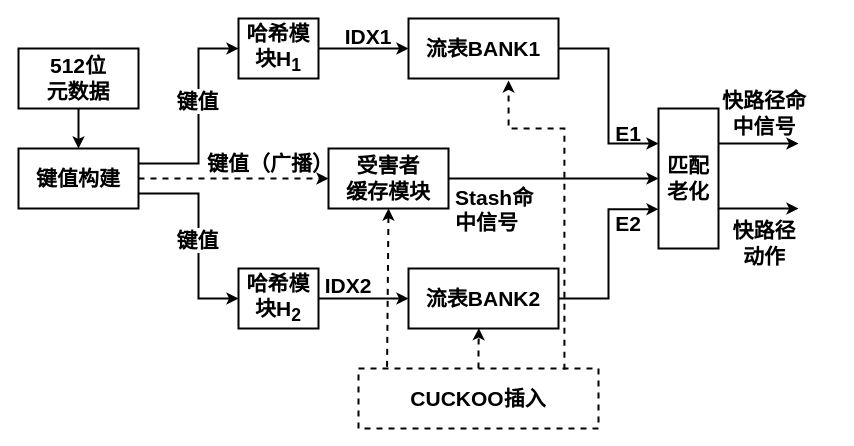
Before: page "快路径" (2 of 4) of 未命名绘图.drawio in Toylog123/Draw.io, a draw.io diagram. Source tidied: cells renumbered, new cells numbered last; positions are measured from the earlier drawing's top-left corner, leaving out a move shared by most shapes. Both pictures are drawn from the tidied source at 100%, with x=0, y=0 at pixel (18, 18).
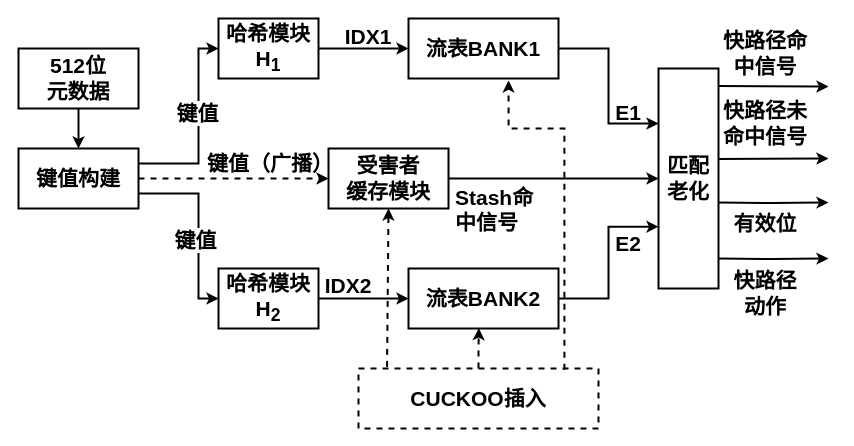
After the change.

Commit message:
更新未命名绘图.drawio

The edit, as a diff of the source:
```diff
@@
     <mxCell id="12" value="哈希模块H&lt;sub&gt;1&lt;/sub&gt;" style="rounded=0;whiteSpace=wrap;html=1;fontStyle=1;arcSize=12;fontFamily=Helvetica;strokeWidth=2;fontSize=21;" parent="1" vertex="1">
-      <mxGeometry x="220" width="80" height="60" as="geometry" />
+      <mxGeometry x="200" width="100" height="60" as="geometry" />
     </mxCell>
@@
     <mxCell id="14" value="哈希模块H&lt;sub&gt;2&lt;/sub&gt;" style="rounded=0;whiteSpace=wrap;html=1;fontStyle=1;arcSize=12;fontFamily=Helvetica;strokeWidth=2;fontSize=21;" parent="1" vertex="1">
-      <mxGeometry x="220" y="250" width="80" height="60" as="geometry" />
+      <mxGeometry x="200" y="250" width="100" height="60" as="geometry" />
     </mxCell>
@@
     <mxCell id="19" value="匹配老化" style="rounded=0;whiteSpace=wrap;html=1;fontStyle=1;arcSize=12;fontFamily=Helvetica;strokeWidth=2;fontSize=21;" parent="1" vertex="1">
-      <mxGeometry x="640" y="90" width="60" height="140" as="geometry" />
+      <mxGeometry x="640" y="50" width="60" height="220" as="geometry" />
     </mxCell>
@@
     <mxCell id="23" value="E1" style="text;html=1;whiteSpace=wrap;strokeColor=none;fillColor=none;align=center;verticalAlign=middle;rounded=0;fontStyle=1;arcSize=12;fontFamily=Helvetica;fontSize=21;" parent="1" vertex="1">
-      <mxGeometry x="580" y="100" width="60" height="30" as="geometry" />
+      <mxGeometry x="580" y="79" width="60" height="30" as="geometry" />
     </mxCell>
     <mxCell id="24" value="E2" style="text;html=1;whiteSpace=wrap;strokeColor=none;fillColor=none;align=center;verticalAlign=middle;rounded=0;fontStyle=1;arcSize=12;fontFamily=Helvetica;fontSize=21;" parent="1" vertex="1">
-      <mxGeometry x="580" y="190" width="60" height="30" as="geometry" />
+      <mxGeometry x="580" y="210" width="60" height="30" as="geometry" />
     </mxCell>
     <mxCell id="25" value="快路径命中信号" style="text;html=1;whiteSpace=wrap;strokeColor=none;fillColor=none;align=center;verticalAlign=middle;rounded=0;fontStyle=1;arcSize=12;fontFamily=Helvetica;fontSize=21;" parent="1" vertex="1">
-      <mxGeometry x="701" y="80" width="90" height="30" as="geometry" />
+      <mxGeometry x="702" y="20" width="90" height="30" as="geometry" />
     </mxCell>
     <mxCell id="26" value="快路径动作" style="text;html=1;whiteSpace=wrap;strokeColor=none;fillColor=none;align=center;verticalAlign=middle;rounded=0;fontStyle=1;arcSize=12;fontFamily=Helvetica;fontSize=21;" parent="1" vertex="1">
-      <mxGeometry x="710" y="210" width="72" height="30" as="geometry" />
+      <mxGeometry x="711" y="260" width="72" height="30" as="geometry" />
     </mxCell>
@@
-    <mxCell id="34" style="group;" parent="1" vertex="1">
-      <mxGeometry x="700" y="125" width="80" height="65" as="geometry" />
-    </mxCell>
+    <mxCell id="37" value="快路径未命中信号" style="text;html=1;whiteSpace=wrap;strokeColor=none;fillColor=none;align=center;verticalAlign=middle;rounded=0;fontStyle=1;arcSize=12;fontFamily=Helvetica;fontSize=21;" parent="1" vertex="1">
+      <mxGeometry x="702" y="90" width="90" height="30" as="geometry" />
+    </mxCell>
-    <mxCell id="35" style="edgeStyle=orthogonalEdgeStyle;rounded=0;jettySize=auto;html=1;exitX=1;exitY=0.25;exitDx=0;exitDy=0;fontStyle=1;arcSize=12;strokeColor=default;strokeWidth=2;align=center;verticalAlign=middle;fontFamily=Helvetica;fontSize=21;fontColor=default;labelBackgroundColor=default;endArrow=classic;" parent="34" edge="1" source="19">
+    <mxCell id="35" style="edgeStyle=orthogonalEdgeStyle;rounded=0;orthogonalLoop=1;jettySize=auto;html=1;exitX=1;exitY=0.25;exitDx=0;exitDy=0;fontStyle=1;arcSize=12;strokeColor=default;strokeWidth=2;align=center;verticalAlign=middle;fontFamily=Helvetica;fontSize=21;fontColor=default;labelBackgroundColor=default;endArrow=classic;" parent="1" edge="1">
       <mxGeometry relative="1" as="geometry">
-        <mxPoint x="80" as="targetPoint" />
+        <mxPoint x="700" y="67.5" as="sourcePoint" />
+        <mxPoint x="810" y="68" as="targetPoint" />
         <Array as="points">
-          <mxPoint />
-          <mxPoint />
+          <mxPoint x="700" y="67.5" />
+          <mxPoint x="700" y="67.5" />
         </Array>
       </mxGeometry>
     </mxCell>
+    <mxCell id="38" style="edgeStyle=orthogonalEdgeStyle;rounded=0;orthogonalLoop=1;jettySize=auto;html=1;exitX=1;exitY=0.25;exitDx=0;exitDy=0;fontStyle=1;arcSize=12;strokeColor=default;strokeWidth=2;align=center;verticalAlign=middle;fontFamily=Helvetica;fontSize=21;fontColor=default;labelBackgroundColor=default;endArrow=classic;" parent="1" edge="1">
+      <mxGeometry relative="1" as="geometry">
+        <mxPoint x="700" y="140.6" as="sourcePoint" />
+        <mxPoint x="810" y="140" as="targetPoint" />
+        <Array as="points">
+          <mxPoint x="700" y="140.6" />
+          <mxPoint x="700" y="140.6" />
+        </Array>
+      </mxGeometry>
+    </mxCell>
-    <mxCell id="36" style="edgeStyle=orthogonalEdgeStyle;rounded=0;jettySize=auto;html=1;exitX=0.989;exitY=0.715;exitDx=0;exitDy=0;exitPerimeter=0;fontStyle=1;arcSize=12;strokeColor=default;strokeWidth=2;align=center;verticalAlign=middle;fontFamily=Helvetica;fontSize=21;fontColor=default;labelBackgroundColor=default;endArrow=classic;" parent="34" edge="1" source="19">
+    <mxCell id="36" style="edgeStyle=orthogonalEdgeStyle;rounded=0;orthogonalLoop=1;jettySize=auto;html=1;exitX=0.989;exitY=0.715;exitDx=0;exitDy=0;exitPerimeter=0;fontStyle=1;arcSize=12;strokeColor=default;strokeWidth=2;align=center;verticalAlign=middle;fontFamily=Helvetica;fontSize=21;fontColor=default;labelBackgroundColor=default;endArrow=classic;" parent="1" edge="1">
       <mxGeometry relative="1" as="geometry">
-        <mxPoint x="80" y="65" as="targetPoint" />
+        <mxPoint x="700" y="240.1" as="sourcePoint" />
+        <mxPoint x="810" y="240" as="targetPoint" />
       </mxGeometry>
     </mxCell>
+    <mxCell id="39" style="edgeStyle=orthogonalEdgeStyle;rounded=0;orthogonalLoop=1;jettySize=auto;html=1;exitX=0.989;exitY=0.715;exitDx=0;exitDy=0;exitPerimeter=0;fontStyle=1;arcSize=12;strokeColor=default;strokeWidth=2;align=center;verticalAlign=middle;fontFamily=Helvetica;fontSize=21;fontColor=default;labelBackgroundColor=default;endArrow=classic;" parent="1" edge="1">
+      <mxGeometry relative="1" as="geometry">
+        <mxPoint x="700" y="184.1" as="sourcePoint" />
+        <mxPoint x="810" y="184" as="targetPoint" />
+      </mxGeometry>
+    </mxCell>
+    <mxCell id="40" value="有效位" style="text;html=1;whiteSpace=wrap;strokeColor=none;fillColor=none;align=center;verticalAlign=middle;rounded=0;fontStyle=1;arcSize=12;fontFamily=Helvetica;fontSize=21;" parent="1" vertex="1">
+      <mxGeometry x="702" y="190" width="90" height="30" as="geometry" />
+    </mxCell>
```
